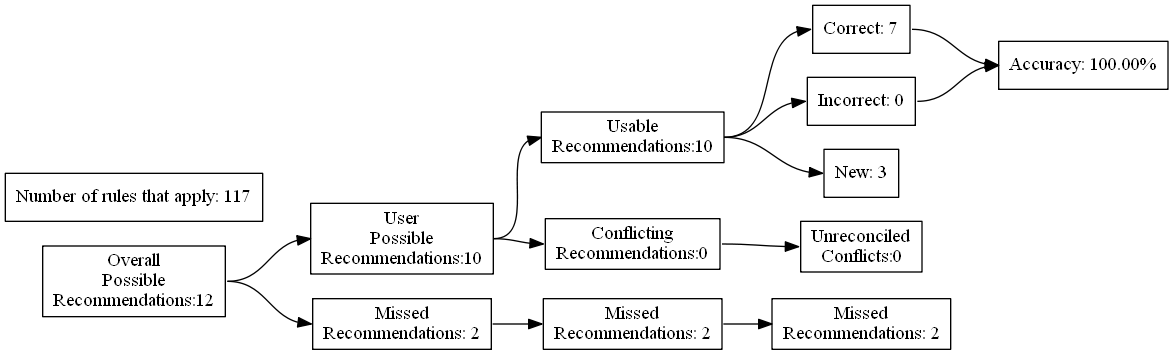
Earlier version of the Graphviz export test_renders/11.gv.png (ZaxR/ibd_diet_analysis). Its source is kept beside it as test_renders/11.gv.
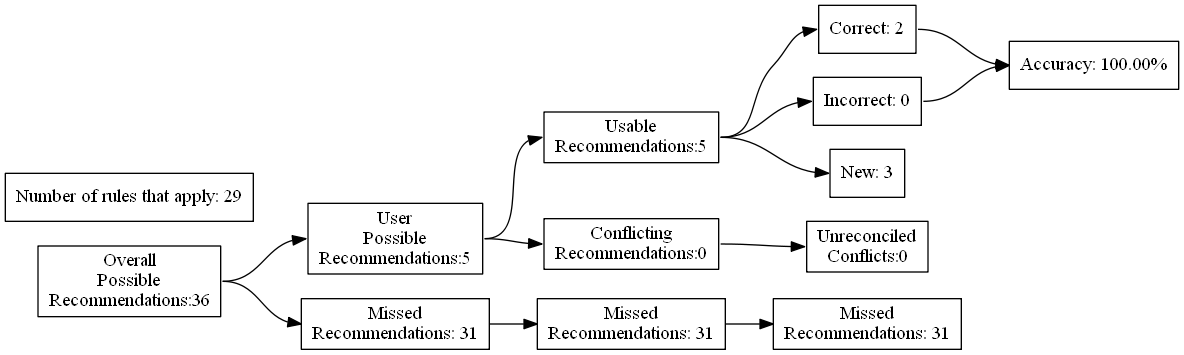
After the commit.

Change to the diagram source:
```diff
@@ -4,27 +4,27 @@
 	edge [headport=w tailport=e]
 		A [label="Overall
 Possible
-Recommendations:12"]
+Recommendations:36"]
 		B [label="User
 Possible
-Recommendations:10"]
+Recommendations:5"]
 		C [label="Missed
-Recommendations: 2"]
+Recommendations: 31"]
 		D [label="Usable
-Recommendations:10"]
+Recommendations:5"]
 		E [label="Conflicting
 Recommendations:0"]
 		J [label="Missed
-Recommendations: 2"]
+Recommendations: 31"]
 		M [label="Unreconciled
 Conflicts:0"]
-		F [label="Correct: 7"]
+		F [label="Correct: 2"]
 		G [label="Incorrect: 0"]
 		H [label="New: 3"]
 		K [label="Missed
-Recommendations: 2"]
+Recommendations: 31"]
 		I [label="Accuracy: 100.00%"]
-		l [label="Number of rules that apply: 117"]
+		l [label="Number of rules that apply: 29"]
 			A -> B
 			A -> C
 			B -> D
```
